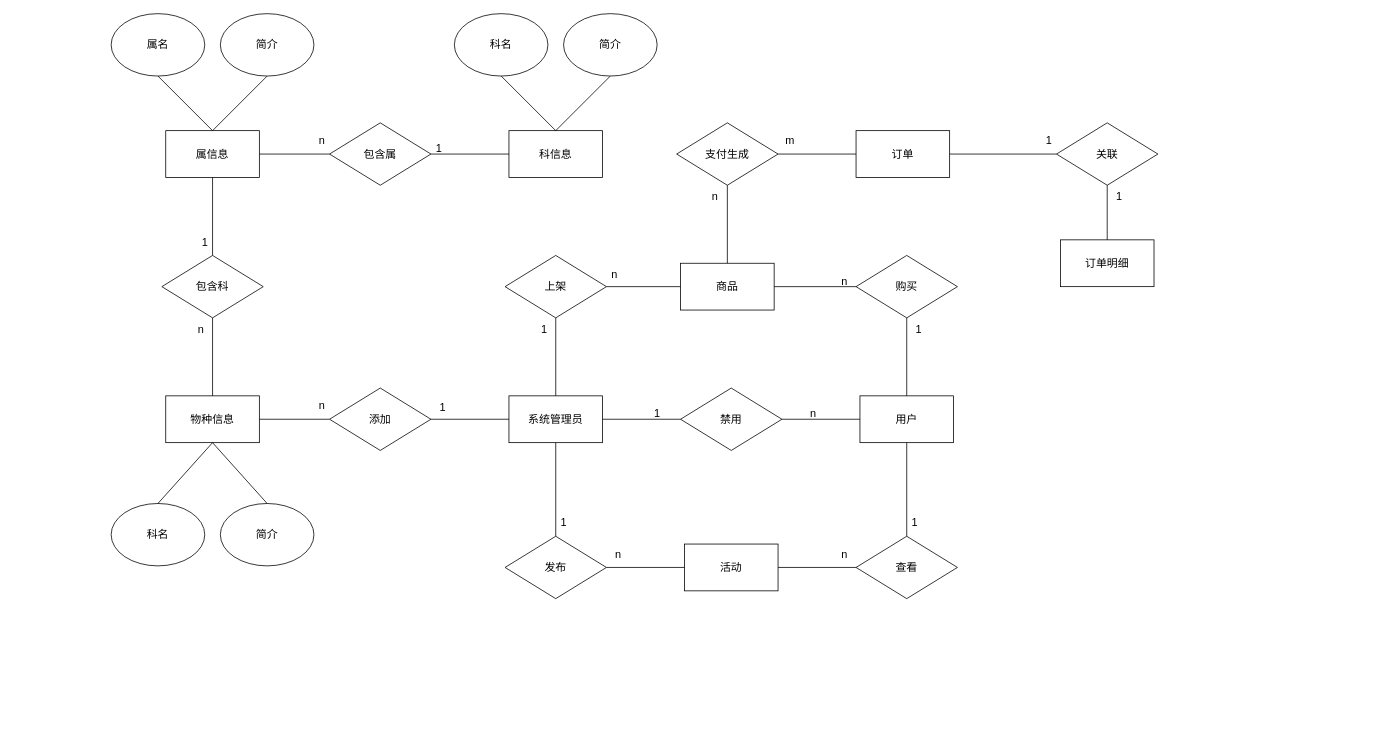
The draw.io diagram 未命名绘图.drawio in huapigudemilu/engineeringsoftware, before the edit. Source tidied: cells renumbered, new cells numbered last; positions are measured from the earlier drawing's top-left corner, leaving out a move shared by most shapes. Both pictures are drawn from the tidied source at 78%, with x=0, y=0 at pixel (111, 13).
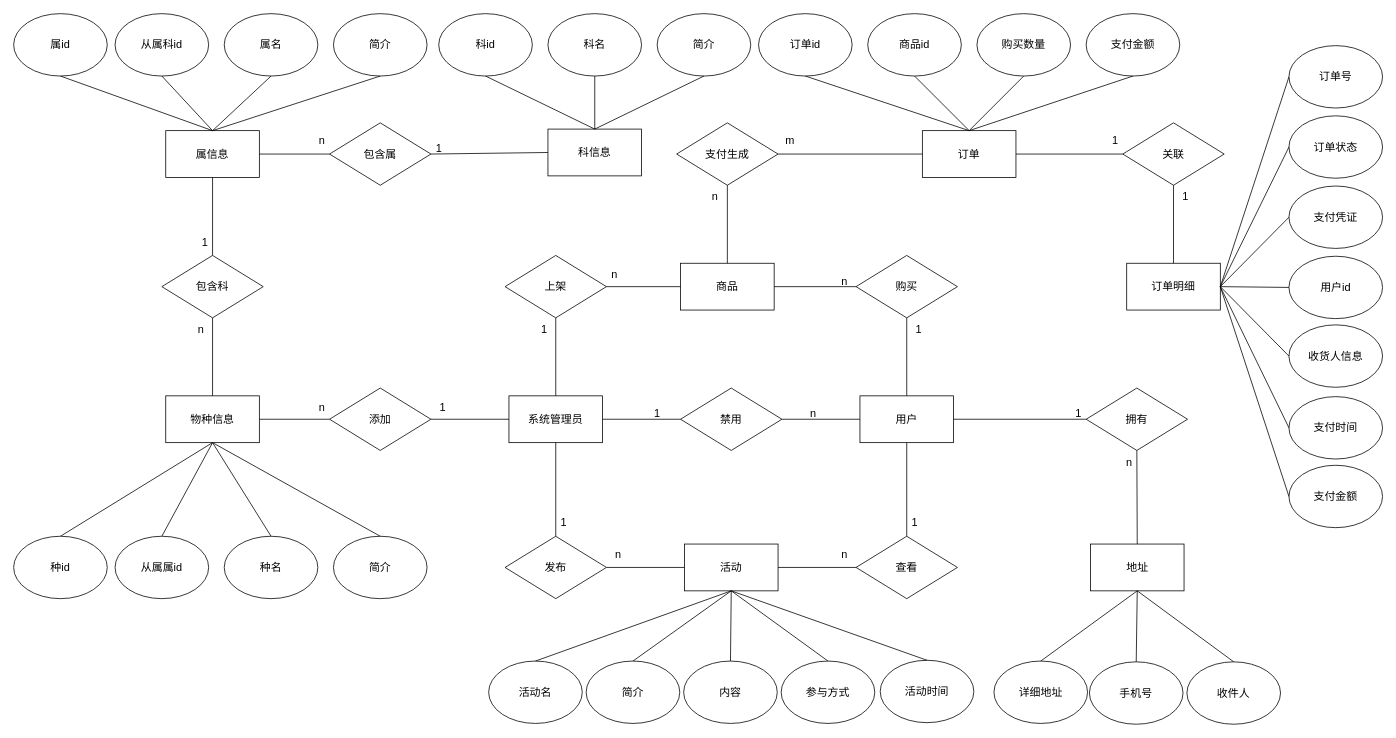
The same page after the edit.

Commit message:
更新未命名绘图.drawio

The change refers to these unchanged cells:
```xml
<mxCell id="3" value="&lt;font style=&quot;font-size: 14px;&quot;&gt;用户&lt;/font&gt;" style="rounded=0;whiteSpace=wrap;html=1;" parent="1" vertex="1">
  <mxGeometry x="960" y="490" width="120" height="60" as="geometry" />
</mxCell>
<mxCell id="7" value="&lt;font style=&quot;font-size: 14px;&quot;&gt;活动&lt;/font&gt;" style="rounded=0;whiteSpace=wrap;html=1;" parent="1" vertex="1">
  <mxGeometry x="735" y="680" width="120" height="60" as="geometry" />
</mxCell>
<mxCell id="45" value="&lt;font style=&quot;font-size: 14px;&quot;&gt;物种信息&lt;/font&gt;" style="rounded=0;whiteSpace=wrap;html=1;" parent="1" vertex="1">
  <mxGeometry x="70" y="490" width="120" height="60" as="geometry" />
</mxCell>
<mxCell id="48" value="&lt;font style=&quot;font-size: 14px;&quot;&gt;属信息&lt;/font&gt;" style="rounded=0;whiteSpace=wrap;html=1;" parent="1" vertex="1">
  <mxGeometry x="70" y="150" width="120" height="60" as="geometry" />
</mxCell>
```

Change to the diagram source:
```diff
@@
     <mxCell id="12" value="&lt;span style=&quot;font-size: 14px;&quot;&gt;订单&lt;/span&gt;" style="rounded=0;whiteSpace=wrap;html=1;" parent="1" vertex="1">
-      <mxGeometry x="955" y="150" width="120" height="60" as="geometry" />
+      <mxGeometry x="1040" y="150" width="120" height="60" as="geometry" />
     </mxCell>
     <mxCell id="13" value="&lt;span style=&quot;font-size: 14px;&quot;&gt;订单明细&lt;/span&gt;" style="rounded=0;whiteSpace=wrap;html=1;" parent="1" vertex="1">
-      <mxGeometry x="1217" y="290" width="120" height="60" as="geometry" />
+      <mxGeometry x="1302" y="320" width="120" height="60" as="geometry" />
     </mxCell>
     <mxCell id="14" value="&lt;font style=&quot;font-size: 14px;&quot;&gt;关联&lt;/font&gt;" style="rhombus;whiteSpace=wrap;html=1;" parent="1" vertex="1">
-      <mxGeometry x="1212" y="140" width="130" height="80" as="geometry" />
+      <mxGeometry x="1297" y="140" width="130" height="80" as="geometry" />
     </mxCell>
@@
     <mxCell id="39" value="&lt;font style=&quot;font-size: 14px;&quot;&gt;1&lt;/font&gt;" style="text;html=1;align=center;verticalAlign=middle;strokeColor=none;fillColor=none;" parent="1" vertex="1">
-      <mxGeometry x="1187" y="148" width="30" height="30" as="geometry" />
+      <mxGeometry x="1272" y="148" width="30" height="30" as="geometry" />
     </mxCell>
     <mxCell id="40" value="&lt;font style=&quot;font-size: 14px;&quot;&gt;1&lt;/font&gt;" style="text;html=1;align=center;verticalAlign=middle;strokeColor=none;fillColor=none;" parent="1" vertex="1">
-      <mxGeometry x="1277" y="220" width="30" height="30" as="geometry" />
+      <mxGeometry x="1362" y="220" width="30" height="30" as="geometry" />
     </mxCell>
@@
     <mxCell id="50" value="&lt;span style=&quot;font-size: 14px;&quot;&gt;科信息&lt;/span&gt;" style="rounded=0;whiteSpace=wrap;html=1;" parent="1" vertex="1">
-      <mxGeometry x="510" y="150" width="120" height="60" as="geometry" />
+      <mxGeometry x="560" y="148" width="120" height="60" as="geometry" />
     </mxCell>
@@
     <mxCell id="60" value="&lt;font style=&quot;font-size: 14px;&quot;&gt;n&lt;/font&gt;" style="text;html=1;align=center;verticalAlign=middle;strokeColor=none;fillColor=none;" parent="1" vertex="1">
-      <mxGeometry x="255" y="488" width="30" height="30" as="geometry" />
+      <mxGeometry x="255" y="490" width="30" height="30" as="geometry" />
     </mxCell>
     <mxCell id="61" value="&lt;font style=&quot;font-size: 14px;&quot;&gt;科名&lt;/font&gt;" style="ellipse;whiteSpace=wrap;html=1;" parent="1" vertex="1">
-      <mxGeometry x="440" width="120" height="80" as="geometry" />
+      <mxGeometry x="560" width="120" height="80" as="geometry" />
     </mxCell>
     <mxCell id="62" value="&lt;font style=&quot;font-size: 14px;&quot;&gt;简介&lt;/font&gt;" style="ellipse;whiteSpace=wrap;html=1;" parent="1" vertex="1">
-      <mxGeometry x="580" width="120" height="80" as="geometry" />
+      <mxGeometry x="700" width="120" height="80" as="geometry" />
     </mxCell>
@@
-    <mxCell id="65" value="&lt;font style=&quot;font-size: 14px;&quot;&gt;属名&lt;/font&gt;" style="ellipse;whiteSpace=wrap;html=1;" parent="1" vertex="1">
-      <mxGeometry width="120" height="80" as="geometry" />
-    </mxCell>
-    <mxCell id="66" value="&lt;font style=&quot;font-size: 14px;&quot;&gt;简介&lt;/font&gt;" style="ellipse;whiteSpace=wrap;html=1;" parent="1" vertex="1">
-      <mxGeometry x="140" width="120" height="80" as="geometry" />
-    </mxCell>
-    <mxCell id="67" style="endArrow=none;html=1;rounded=0;entryX=0.5;entryY=1;entryDx=0;entryDy=0;exitX=0.5;exitY=0;exitDx=0;exitDy=0;" parent="1" edge="1" source="48" target="65">
-      <mxGeometry relative="1" as="geometry" />
-    </mxCell>
-    <mxCell id="68" style="endArrow=none;html=1;rounded=0;entryX=0.5;entryY=1;entryDx=0;entryDy=0;exitX=0.5;exitY=0;exitDx=0;exitDy=0;" parent="1" edge="1" source="48" target="66">
-      <mxGeometry relative="1" as="geometry" />
-    </mxCell>
-    <mxCell id="69" value="&lt;font style=&quot;font-size: 14px;&quot;&gt;科名&lt;/font&gt;" style="ellipse;whiteSpace=wrap;html=1;" parent="1" vertex="1">
-      <mxGeometry y="628" width="120" height="80" as="geometry" />
-    </mxCell>
-    <mxCell id="70" value="&lt;font style=&quot;font-size: 14px;&quot;&gt;简介&lt;/font&gt;" style="ellipse;whiteSpace=wrap;html=1;" parent="1" vertex="1">
-      <mxGeometry x="140" y="628" width="120" height="80" as="geometry" />
-    </mxCell>
-    <mxCell id="71" style="endArrow=none;html=1;rounded=0;entryX=0.5;entryY=1;entryDx=0;entryDy=0;exitX=0.5;exitY=0;exitDx=0;exitDy=0;" parent="1" edge="1" source="69" target="45">
+    <mxCell id="71" style="endArrow=none;html=1;rounded=0;entryX=0.5;entryY=1;entryDx=0;entryDy=0;exitX=0.5;exitY=0;exitDx=0;exitDy=0;" parent="1" edge="1" source="83" target="45">
       <mxGeometry relative="1" as="geometry" />
     </mxCell>
-    <mxCell id="72" style="endArrow=none;html=1;rounded=0;entryX=0.5;entryY=1;entryDx=0;entryDy=0;exitX=0.5;exitY=0;exitDx=0;exitDy=0;" parent="1" edge="1" source="70" target="45">
+    <mxCell id="72" style="endArrow=none;html=1;rounded=0;entryX=0.5;entryY=1;entryDx=0;entryDy=0;exitX=0.5;exitY=0;exitDx=0;exitDy=0;" parent="1" edge="1" source="84" target="45">
       <mxGeometry relative="1" as="geometry" />
     </mxCell>
+    <mxCell id="73" value="&lt;font style=&quot;font-size: 14px;&quot;&gt;科id&lt;/font&gt;" style="ellipse;whiteSpace=wrap;html=1;" parent="1" vertex="1">
+      <mxGeometry x="420" width="120" height="80" as="geometry" />
+    </mxCell>
+    <mxCell id="74" style="endArrow=none;html=1;rounded=0;exitX=0.5;exitY=1;exitDx=0;exitDy=0;entryX=0.5;entryY=0;entryDx=0;entryDy=0;" parent="1" edge="1" source="73" target="50">
+      <mxGeometry relative="1" as="geometry" />
+    </mxCell>
+    <mxCell id="65" value="&lt;font style=&quot;font-size: 14px;&quot;&gt;属名&lt;/font&gt;" style="ellipse;whiteSpace=wrap;html=1;" parent="1" vertex="1">
+      <mxGeometry x="145" width="120" height="80" as="geometry" />
+    </mxCell>
+    <mxCell id="75" value="&lt;font style=&quot;font-size: 14px;&quot;&gt;简介&lt;/font&gt;" style="ellipse;whiteSpace=wrap;html=1;" parent="1" vertex="1">
+      <mxGeometry x="285" width="120" height="80" as="geometry" />
+    </mxCell>
+    <mxCell id="76" value="&lt;font style=&quot;font-size: 14px;&quot;&gt;属id&lt;/font&gt;" style="ellipse;whiteSpace=wrap;html=1;" parent="1" vertex="1">
+      <mxGeometry x="-125" width="120" height="80" as="geometry" />
+    </mxCell>
+    <mxCell id="77" style="endArrow=none;html=1;rounded=0;entryX=0.5;entryY=1;entryDx=0;entryDy=0;exitX=0.5;exitY=0;exitDx=0;exitDy=0;" parent="1" edge="1" source="48" target="76">
+      <mxGeometry relative="1" as="geometry" />
+    </mxCell>
+    <mxCell id="78" value="&lt;font style=&quot;font-size: 14px;&quot;&gt;从属科id&lt;/font&gt;" style="ellipse;whiteSpace=wrap;html=1;" parent="1" vertex="1">
+      <mxGeometry x="5" width="120" height="80" as="geometry" />
+    </mxCell>
+    <mxCell id="79" style="endArrow=none;html=1;rounded=0;entryX=0.5;entryY=1;entryDx=0;entryDy=0;exitX=0.5;exitY=0;exitDx=0;exitDy=0;" parent="1" edge="1" source="48" target="78">
+      <mxGeometry relative="1" as="geometry" />
+    </mxCell>
+    <mxCell id="67" style="endArrow=none;html=1;rounded=0;entryX=0.5;entryY=1;entryDx=0;entryDy=0;exitX=0.5;exitY=0;exitDx=0;exitDy=0;" parent="1" edge="1" source="48" target="65">
+      <mxGeometry relative="1" as="geometry" />
+    </mxCell>
+    <mxCell id="80" style="endArrow=none;html=1;rounded=0;entryX=0.5;entryY=1;entryDx=0;entryDy=0;" parent="1" edge="1" target="75">
+      <mxGeometry relative="1" as="geometry">
+        <mxPoint x="130" y="150" as="sourcePoint" />
+      </mxGeometry>
+    </mxCell>
+    <mxCell id="81" value="&lt;font style=&quot;font-size: 14px;&quot;&gt;种名&lt;/font&gt;" style="ellipse;whiteSpace=wrap;html=1;" parent="1" vertex="1">
+      <mxGeometry x="145" y="670" width="120" height="80" as="geometry" />
+    </mxCell>
+    <mxCell id="82" value="&lt;font style=&quot;font-size: 14px;&quot;&gt;简介&lt;/font&gt;" style="ellipse;whiteSpace=wrap;html=1;" parent="1" vertex="1">
+      <mxGeometry x="285" y="670" width="120" height="80" as="geometry" />
+    </mxCell>
+    <mxCell id="83" value="&lt;font style=&quot;font-size: 14px;&quot;&gt;种id&lt;/font&gt;" style="ellipse;whiteSpace=wrap;html=1;" parent="1" vertex="1">
+      <mxGeometry x="-125" y="670" width="120" height="80" as="geometry" />
+    </mxCell>
+    <mxCell id="84" value="&lt;font style=&quot;font-size: 14px;&quot;&gt;从属属id&lt;/font&gt;" style="ellipse;whiteSpace=wrap;html=1;" parent="1" vertex="1">
+      <mxGeometry x="5" y="670" width="120" height="80" as="geometry" />
+    </mxCell>
+    <mxCell id="85" style="endArrow=none;html=1;rounded=0;entryX=0.5;entryY=1;entryDx=0;entryDy=0;exitX=0.5;exitY=0;exitDx=0;exitDy=0;" parent="1" edge="1" source="81" target="45">
+      <mxGeometry relative="1" as="geometry" />
+    </mxCell>
+    <mxCell id="86" style="endArrow=none;html=1;rounded=0;entryX=0.5;entryY=1;entryDx=0;entryDy=0;exitX=0.5;exitY=0;exitDx=0;exitDy=0;" parent="1" edge="1" source="82" target="45">
+      <mxGeometry relative="1" as="geometry" />
+    </mxCell>
+    <mxCell id="87" value="&lt;font style=&quot;font-size: 14px;&quot;&gt;商品id&lt;/font&gt;" style="ellipse;whiteSpace=wrap;html=1;" parent="1" vertex="1">
+      <mxGeometry x="970" width="120" height="80" as="geometry" />
+    </mxCell>
+    <mxCell id="88" value="&lt;font style=&quot;font-size: 14px;&quot;&gt;购买数量&lt;/font&gt;" style="ellipse;whiteSpace=wrap;html=1;" parent="1" vertex="1">
+      <mxGeometry x="1110" width="120" height="80" as="geometry" />
+    </mxCell>
+    <mxCell id="89" value="&lt;font style=&quot;font-size: 14px;&quot;&gt;订单id&lt;/font&gt;" style="ellipse;whiteSpace=wrap;html=1;" parent="1" vertex="1">
+      <mxGeometry x="830" width="120" height="80" as="geometry" />
+    </mxCell>
+    <mxCell id="90" value="&lt;font style=&quot;font-size: 14px;&quot;&gt;支付金额&lt;/font&gt;" style="ellipse;whiteSpace=wrap;html=1;" parent="1" vertex="1">
+      <mxGeometry x="1250" width="120" height="80" as="geometry" />
+    </mxCell>
+    <mxCell id="91" style="endArrow=none;html=1;rounded=0;entryX=0.5;entryY=1;entryDx=0;entryDy=0;exitX=0.5;exitY=0;exitDx=0;exitDy=0;" parent="1" edge="1" source="12" target="89">
+      <mxGeometry relative="1" as="geometry" />
+    </mxCell>
+    <mxCell id="92" style="endArrow=none;html=1;rounded=0;entryX=0.5;entryY=1;entryDx=0;entryDy=0;exitX=0.5;exitY=0;exitDx=0;exitDy=0;" parent="1" edge="1" source="12" target="87">
+      <mxGeometry relative="1" as="geometry" />
+    </mxCell>
+    <mxCell id="93" style="endArrow=none;html=1;rounded=0;entryX=0.5;entryY=1;entryDx=0;entryDy=0;exitX=0.5;exitY=0;exitDx=0;exitDy=0;" parent="1" edge="1" source="12" target="88">
+      <mxGeometry relative="1" as="geometry" />
+    </mxCell>
+    <mxCell id="94" style="endArrow=none;html=1;rounded=0;entryX=0.5;entryY=1;entryDx=0;entryDy=0;exitX=0.5;exitY=0;exitDx=0;exitDy=0;" parent="1" edge="1" source="12" target="90">
+      <mxGeometry relative="1" as="geometry" />
+    </mxCell>
+    <mxCell id="95" value="&lt;span style=&quot;font-size: 14px;&quot;&gt;拥有&lt;/span&gt;" style="rhombus;whiteSpace=wrap;html=1;" parent="1" vertex="1">
+      <mxGeometry x="1250" y="480" width="130" height="80" as="geometry" />
+    </mxCell>
+    <mxCell id="96" value="&lt;font style=&quot;font-size: 14px;&quot;&gt;地址&lt;/font&gt;" style="rounded=0;whiteSpace=wrap;html=1;" parent="1" vertex="1">
+      <mxGeometry x="1255.5" y="680" width="120" height="60" as="geometry" />
+    </mxCell>
+    <mxCell id="97" style="endArrow=none;html=1;rounded=0;entryX=0;entryY=0.5;entryDx=0;entryDy=0;exitX=1;exitY=0.5;exitDx=0;exitDy=0;" parent="1" edge="1" source="3" target="95">
+      <mxGeometry relative="1" as="geometry" />
+    </mxCell>
+    <mxCell id="98" style="endArrow=none;html=1;rounded=0;exitX=0.5;exitY=1;exitDx=0;exitDy=0;entryX=0.5;entryY=0;entryDx=0;entryDy=0;" parent="1" edge="1" source="95" target="96">
+      <mxGeometry relative="1" as="geometry" />
+    </mxCell>
+    <mxCell id="99" value="&lt;font style=&quot;font-size: 14px;&quot;&gt;1&lt;/font&gt;" style="text;html=1;align=center;verticalAlign=middle;strokeColor=none;fillColor=none;" parent="1" vertex="1">
+      <mxGeometry x="1225" y="498" width="30" height="30" as="geometry" />
+    </mxCell>
+    <mxCell id="100" value="&lt;font style=&quot;font-size: 14px;&quot;&gt;n&lt;/font&gt;" style="text;html=1;align=center;verticalAlign=middle;strokeColor=none;fillColor=none;" parent="1" vertex="1">
+      <mxGeometry x="1290" y="560" width="30" height="30" as="geometry" />
+    </mxCell>
+    <mxCell id="101" value="&lt;font style=&quot;font-size: 14px;&quot;&gt;收件人&lt;/font&gt;" style="ellipse;whiteSpace=wrap;html=1;" parent="1" vertex="1">
+      <mxGeometry x="1379.2" y="831" width="120" height="80" as="geometry" />
+    </mxCell>
+    <mxCell id="102" value="&lt;font style=&quot;font-size: 14px;&quot;&gt;手机号&lt;/font&gt;" style="ellipse;whiteSpace=wrap;html=1;" parent="1" vertex="1">
+      <mxGeometry x="1254.2" y="831" width="120" height="80" as="geometry" />
+    </mxCell>
+    <mxCell id="103" value="&lt;font style=&quot;font-size: 14px;&quot;&gt;详细地址&lt;/font&gt;" style="ellipse;whiteSpace=wrap;html=1;" parent="1" vertex="1">
+      <mxGeometry x="1131.8" y="830" width="120" height="80" as="geometry" />
+    </mxCell>
+    <mxCell id="104" style="endArrow=none;html=1;rounded=0;entryX=0.5;entryY=0;entryDx=0;entryDy=0;exitX=0.5;exitY=1;exitDx=0;exitDy=0;" parent="1" edge="1" source="96" target="101">
+      <mxGeometry relative="1" as="geometry" />
+    </mxCell>
+    <mxCell id="105" style="endArrow=none;html=1;rounded=0;entryX=0.5;entryY=0;entryDx=0;entryDy=0;exitX=0.5;exitY=1;exitDx=0;exitDy=0;" parent="1" edge="1" source="96" target="102">
+      <mxGeometry relative="1" as="geometry" />
+    </mxCell>
+    <mxCell id="106" style="endArrow=none;html=1;rounded=0;entryX=0.5;entryY=0;entryDx=0;entryDy=0;exitX=0.5;exitY=1;exitDx=0;exitDy=0;" parent="1" edge="1" source="96" target="103">
+      <mxGeometry relative="1" as="geometry" />
+    </mxCell>
+    <mxCell id="107" value="&lt;font style=&quot;font-size: 14px;&quot;&gt;订单号&lt;/font&gt;" style="ellipse;whiteSpace=wrap;html=1;" parent="1" vertex="1">
+      <mxGeometry x="1510" y="41" width="120" height="80" as="geometry" />
+    </mxCell>
+    <mxCell id="108" value="&lt;font style=&quot;font-size: 14px;&quot;&gt;订单状态&lt;/font&gt;" style="ellipse;whiteSpace=wrap;html=1;" parent="1" vertex="1">
+      <mxGeometry x="1510" y="131" width="120" height="80" as="geometry" />
+    </mxCell>
+    <mxCell id="109" value="&lt;font style=&quot;font-size: 14px;&quot;&gt;支付凭证&lt;/font&gt;" style="ellipse;whiteSpace=wrap;html=1;" parent="1" vertex="1">
+      <mxGeometry x="1510" y="221" width="120" height="80" as="geometry" />
+    </mxCell>
+    <mxCell id="110" value="&lt;font style=&quot;font-size: 14px;&quot;&gt;用户id&lt;/font&gt;" style="ellipse;whiteSpace=wrap;html=1;" parent="1" vertex="1">
+      <mxGeometry x="1510" y="311" width="120" height="80" as="geometry" />
+    </mxCell>
+    <mxCell id="111" value="&lt;font style=&quot;font-size: 14px;&quot;&gt;收货人信息&lt;/font&gt;" style="ellipse;whiteSpace=wrap;html=1;" parent="1" vertex="1">
+      <mxGeometry x="1510" y="399" width="120" height="80" as="geometry" />
+    </mxCell>
+    <mxCell id="112" value="&lt;font style=&quot;font-size: 14px;&quot;&gt;支付时间&lt;/font&gt;" style="ellipse;whiteSpace=wrap;html=1;" parent="1" vertex="1">
+      <mxGeometry x="1510" y="491" width="120" height="80" as="geometry" />
+    </mxCell>
+    <mxCell id="113" value="&lt;font style=&quot;font-size: 14px;&quot;&gt;支付金额&lt;/font&gt;" style="ellipse;whiteSpace=wrap;html=1;" parent="1" vertex="1">
+      <mxGeometry x="1510" y="579" width="120" height="80" as="geometry" />
+    </mxCell>
+    <mxCell id="114" style="endArrow=none;html=1;rounded=0;entryX=0;entryY=0.5;entryDx=0;entryDy=0;exitX=1;exitY=0.5;exitDx=0;exitDy=0;" parent="1" edge="1" source="13" target="107">
+      <mxGeometry relative="1" as="geometry" />
+    </mxCell>
+    <mxCell id="115" style="endArrow=none;html=1;rounded=0;entryX=0;entryY=0.5;entryDx=0;entryDy=0;exitX=1;exitY=0.5;exitDx=0;exitDy=0;" parent="1" edge="1" source="13" target="108">
+      <mxGeometry relative="1" as="geometry" />
+    </mxCell>
+    <mxCell id="116" style="endArrow=none;html=1;rounded=0;entryX=0;entryY=0.5;entryDx=0;entryDy=0;exitX=1;exitY=0.5;exitDx=0;exitDy=0;" parent="1" edge="1" source="13" target="109">
+      <mxGeometry relative="1" as="geometry" />
+    </mxCell>
+    <mxCell id="117" style="endArrow=none;html=1;rounded=0;entryX=0;entryY=0.5;entryDx=0;entryDy=0;exitX=1;exitY=0.5;exitDx=0;exitDy=0;" parent="1" edge="1" source="13" target="110">
+      <mxGeometry relative="1" as="geometry" />
+    </mxCell>
+    <mxCell id="118" style="endArrow=none;html=1;rounded=0;entryX=0;entryY=0.5;entryDx=0;entryDy=0;exitX=1;exitY=0.5;exitDx=0;exitDy=0;" parent="1" edge="1" source="13" target="111">
+      <mxGeometry relative="1" as="geometry" />
+    </mxCell>
+    <mxCell id="119" style="endArrow=none;html=1;rounded=0;entryX=0;entryY=0.5;entryDx=0;entryDy=0;exitX=1;exitY=0.5;exitDx=0;exitDy=0;" parent="1" edge="1" source="13" target="112">
+      <mxGeometry relative="1" as="geometry" />
+    </mxCell>
+    <mxCell id="120" style="endArrow=none;html=1;rounded=0;entryX=0;entryY=0.5;entryDx=0;entryDy=0;exitX=1;exitY=0.5;exitDx=0;exitDy=0;" parent="1" edge="1" source="13" target="113">
+      <mxGeometry relative="1" as="geometry" />
+    </mxCell>
+    <mxCell id="121" value="&lt;font style=&quot;font-size: 14px;&quot;&gt;内容&lt;/font&gt;" style="ellipse;whiteSpace=wrap;html=1;" parent="1" vertex="1">
+      <mxGeometry x="734" y="830" width="120" height="80" as="geometry" />
+    </mxCell>
+    <mxCell id="122" value="&lt;font style=&quot;font-size: 14px;&quot;&gt;简介&lt;/font&gt;" style="ellipse;whiteSpace=wrap;html=1;" parent="1" vertex="1">
+      <mxGeometry x="609" y="830" width="120" height="80" as="geometry" />
+    </mxCell>
+    <mxCell id="123" value="&lt;font style=&quot;font-size: 14px;&quot;&gt;活动名&lt;/font&gt;" style="ellipse;whiteSpace=wrap;html=1;" parent="1" vertex="1">
+      <mxGeometry x="484" y="830" width="120" height="80" as="geometry" />
+    </mxCell>
+    <mxCell id="124" value="&lt;font style=&quot;font-size: 14px;&quot;&gt;参与方式&lt;/font&gt;" style="ellipse;whiteSpace=wrap;html=1;" parent="1" vertex="1">
+      <mxGeometry x="859" y="830" width="120" height="80" as="geometry" />
+    </mxCell>
+    <mxCell id="125" value="&lt;font style=&quot;font-size: 14px;&quot;&gt;活动时间&lt;/font&gt;" style="ellipse;whiteSpace=wrap;html=1;" parent="1" vertex="1">
+      <mxGeometry x="986" y="829" width="120" height="80" as="geometry" />
+    </mxCell>
+    <mxCell id="126" style="endArrow=none;html=1;rounded=0;entryX=0.5;entryY=1;entryDx=0;entryDy=0;exitX=0.5;exitY=0;exitDx=0;exitDy=0;" parent="1" edge="1" source="123" target="7">
+      <mxGeometry relative="1" as="geometry" />
+    </mxCell>
+    <mxCell id="127" style="endArrow=none;html=1;rounded=0;entryX=0.5;entryY=1;entryDx=0;entryDy=0;exitX=0.5;exitY=0;exitDx=0;exitDy=0;" parent="1" edge="1" source="122" target="7">
+      <mxGeometry relative="1" as="geometry" />
+    </mxCell>
+    <mxCell id="128" style="endArrow=none;html=1;rounded=0;entryX=0.5;entryY=1;entryDx=0;entryDy=0;exitX=0.5;exitY=0;exitDx=0;exitDy=0;" parent="1" edge="1" source="121" target="7">
+      <mxGeometry relative="1" as="geometry" />
+    </mxCell>
+    <mxCell id="129" style="endArrow=none;html=1;rounded=0;entryX=0.5;entryY=1;entryDx=0;entryDy=0;exitX=0.5;exitY=0;exitDx=0;exitDy=0;" parent="1" edge="1" source="124" target="7">
+      <mxGeometry relative="1" as="geometry" />
+    </mxCell>
+    <mxCell id="130" style="endArrow=none;html=1;rounded=0;entryX=0.5;entryY=1;entryDx=0;entryDy=0;exitX=0.5;exitY=0;exitDx=0;exitDy=0;" parent="1" edge="1" source="125" target="7">
+      <mxGeometry relative="1" as="geometry" />
+    </mxCell>
```
